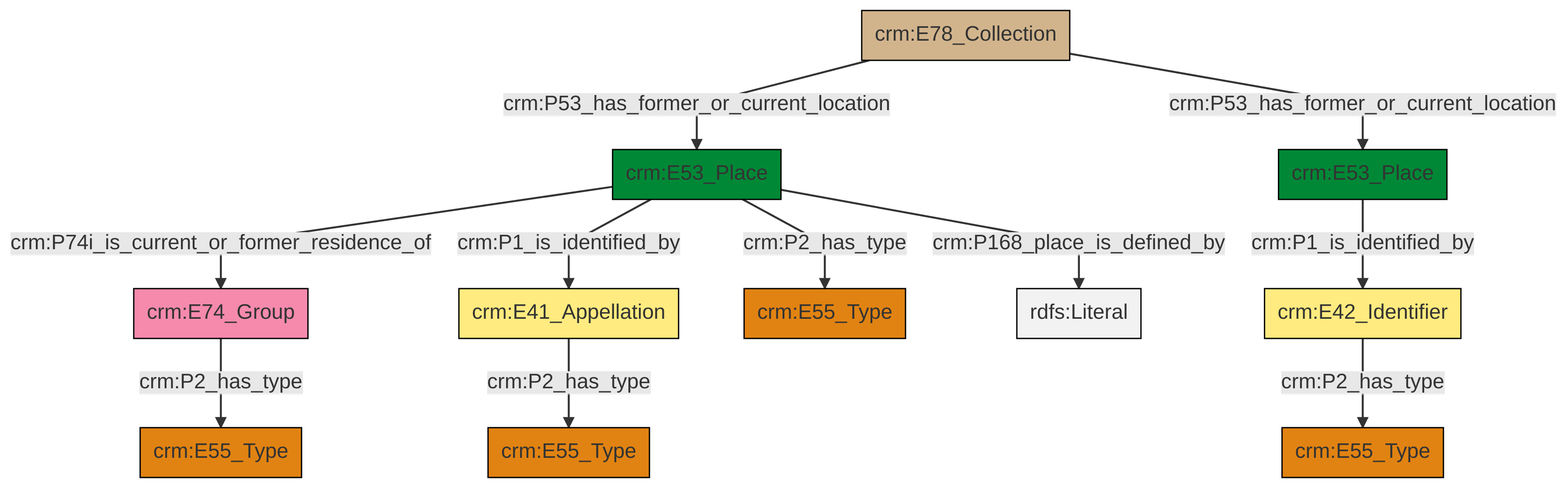
The Mermaid diagram et/archivalCSV/ttl/mmd/png/archival_location.png in swiss-art-research-net/docs.swissartresearch, before a commit. Its source is kept beside it as et/archivalCSV/ttl/mmd/archival_location.ttl.mmd.
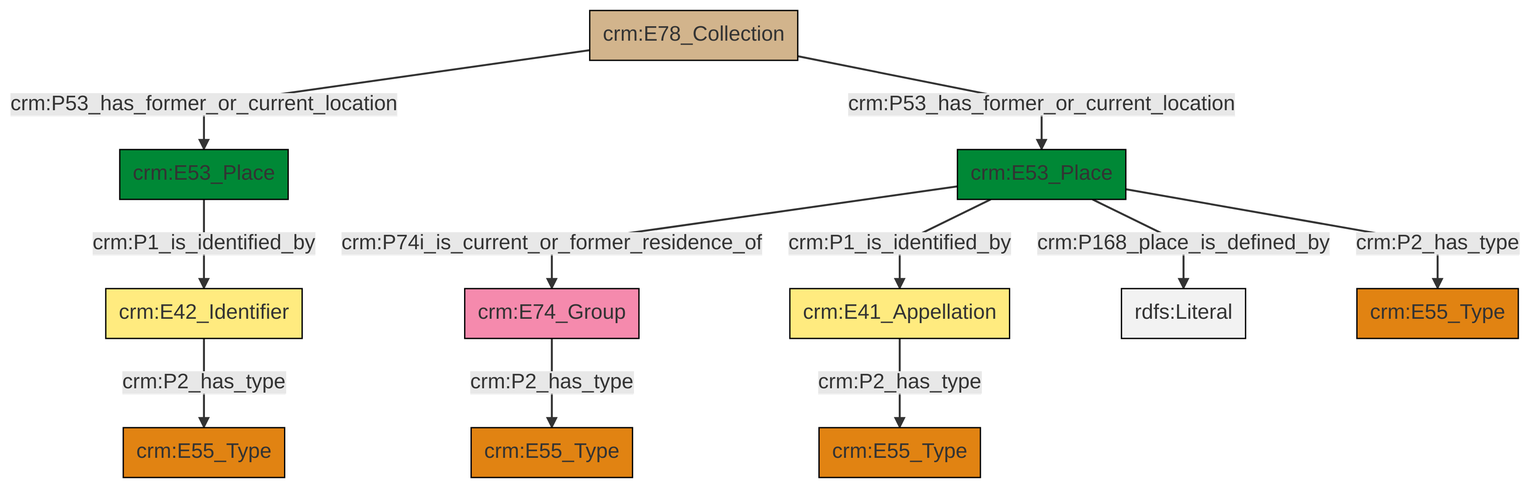
Above is the later version.

What changed in the source:
```diff
@@ -13,13 +13,13 @@
 classDef PC_Classes fill:#4ce600, stroke:#000000;
 classDef Multi fill:#cccccc,stroke:#000000;
 
-0["crm:E78_Collection"]:::Physical_Thing -->|crm:P53_has_former_or_current_location| 1["crm:E53_Place"]:::Place
-4["crm:E74_Group"]:::Actor -->|crm:P2_has_type| 5["crm:E55_Type"]:::Type
-6["crm:E53_Place"]:::Place -->|crm:P1_is_identified_by| 8["crm:E42_Identifier"]:::Appellation
-9["crm:E41_Appellation"]:::Appellation -->|crm:P2_has_type| 10["crm:E55_Type"]:::Type
-1["crm:E53_Place"]:::Place -->|crm:P74i_is_current_or_former_residence_of| 4["crm:E74_Group"]:::Actor
-0["crm:E78_Collection"]:::Physical_Thing -->|crm:P53_has_former_or_current_location| 6["crm:E53_Place"]:::Place
-1["crm:E53_Place"]:::Place -->|crm:P1_is_identified_by| 9["crm:E41_Appellation"]:::Appellation
-1["crm:E53_Place"]:::Place -->|crm:P2_has_type| 14["crm:E55_Type"]:::Type
-1["crm:E53_Place"]:::Place -->|crm:P168_place_is_defined_by| 19[rdfs:Literal]:::Literal
-8["crm:E42_Identifier"]:::Appellation -->|crm:P2_has_type| 2["crm:E55_Type"]:::Type
+2["crm:E78_Collection"]:::Physical_Thing -->|crm:P53_has_former_or_current_location| 3["crm:E53_Place"]:::Place
+6["crm:E41_Appellation"]:::Appellation -->|crm:P2_has_type| 0["crm:E55_Type"]:::Type
+3["crm:E53_Place"]:::Place -->|crm:P1_is_identified_by| 7["crm:E42_Identifier"]:::Appellation
+8["crm:E53_Place"]:::Place -->|crm:P74i_is_current_or_former_residence_of| 9["crm:E74_Group"]:::Actor
+2["crm:E78_Collection"]:::Physical_Thing -->|crm:P53_has_former_or_current_location| 8["crm:E53_Place"]:::Place
+8["crm:E53_Place"]:::Place -->|crm:P168_place_is_defined_by| 17[rdfs:Literal]:::Literal
+7["crm:E42_Identifier"]:::Appellation -->|crm:P2_has_type| 4["crm:E55_Type"]:::Type
+9["crm:E74_Group"]:::Actor -->|crm:P2_has_type| 15["crm:E55_Type"]:::Type
+8["crm:E53_Place"]:::Place -->|crm:P1_is_identified_by| 6["crm:E41_Appellation"]:::Appellation
+8["crm:E53_Place"]:::Place -->|crm:P2_has_type| 20["crm:E55_Type"]:::Type
```
